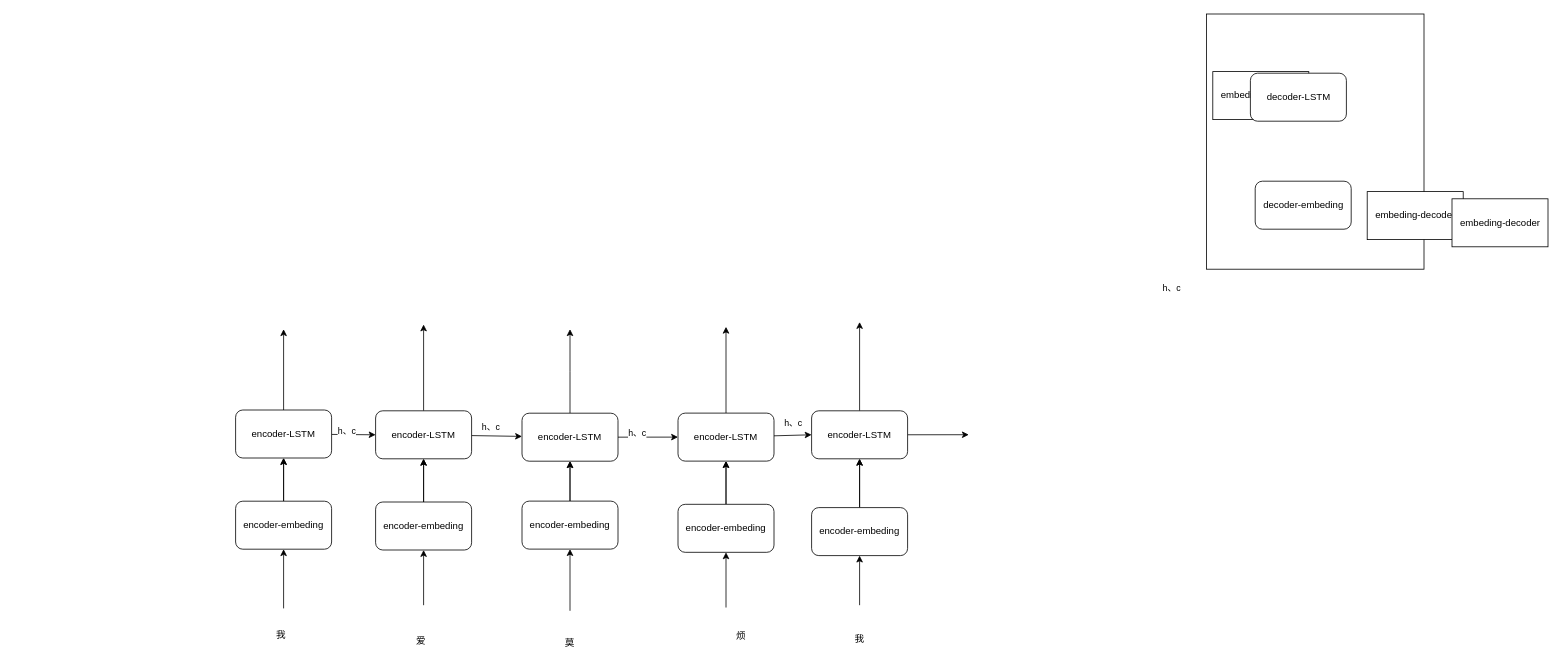
This is 实验室/NPL/seq2seq/seq2seq-莫烦教程-分析.drawio from SixPlusAndTimes/drawio, a draw.io file, before an edit. Source tidied: cells renumbered, new cells numbered last; positions are measured from the earlier drawing's top-left corner, leaving out a move shared by most shapes. Both pictures are drawn from the tidied source at 80%, with x=0, y=0 at pixel (235, 14).
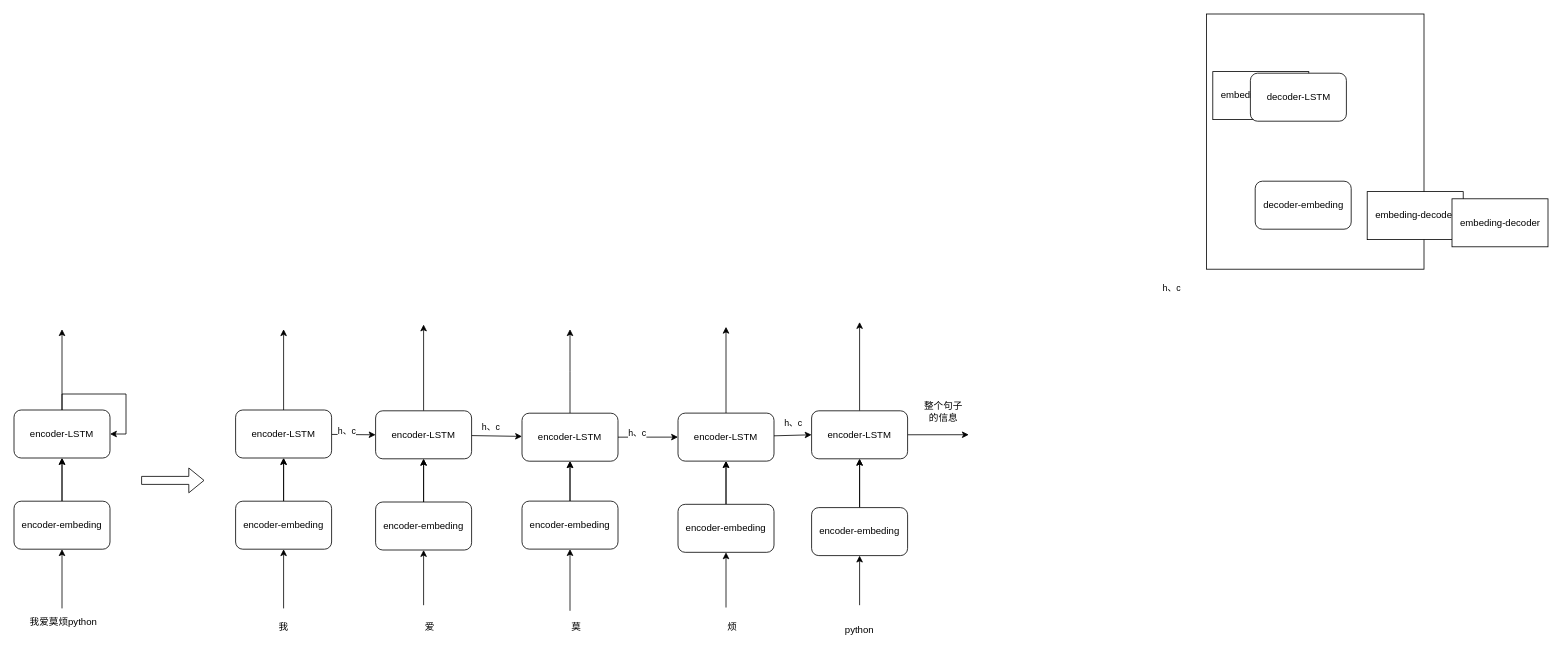
The same page after the edit.

Commit message (it also covers changes not shown here):
Update seq2seq-莫烦教程-分析.drawio

Change to the diagram source:
```diff
@@
     <mxCell id="48" value="我" style="text;html=1;strokeColor=none;fillColor=none;align=center;verticalAlign=middle;whiteSpace=wrap;rounded=0;" parent="1" vertex="1">
-      <mxGeometry x="27" y="761" width="60" height="30" as="geometry" />
+      <mxGeometry x="30" y="751" width="60" height="30" as="geometry" />
     </mxCell>
     <mxCell id="49" value="爱" style="text;html=1;strokeColor=none;fillColor=none;align=center;verticalAlign=middle;whiteSpace=wrap;rounded=0;" parent="1" vertex="1">
-      <mxGeometry x="202" y="769" width="60" height="30" as="geometry" />
+      <mxGeometry x="213" y="751" width="60" height="30" as="geometry" />
     </mxCell>
     <mxCell id="50" value="莫" style="text;html=1;strokeColor=none;fillColor=none;align=center;verticalAlign=middle;whiteSpace=wrap;rounded=0;" parent="1" vertex="1">
-      <mxGeometry x="388" y="771" width="60" height="30" as="geometry" />
+      <mxGeometry x="396" y="751" width="60" height="30" as="geometry" />
     </mxCell>
     <mxCell id="51" value="烦" style="text;html=1;strokeColor=none;fillColor=none;align=center;verticalAlign=middle;whiteSpace=wrap;rounded=0;" parent="1" vertex="1">
-      <mxGeometry x="602" y="763" width="60" height="30" as="geometry" />
+      <mxGeometry x="591" y="751" width="60" height="30" as="geometry" />
     </mxCell>
-    <mxCell id="52" value="我" style="text;html=1;strokeColor=none;fillColor=none;align=center;verticalAlign=middle;whiteSpace=wrap;rounded=0;" parent="1" vertex="1">
-      <mxGeometry x="750" y="766" width="60" height="30" as="geometry" />
+    <mxCell id="52" value="python" style="text;html=1;strokeColor=none;fillColor=none;align=center;verticalAlign=middle;whiteSpace=wrap;rounded=0;" parent="1" vertex="1">
+      <mxGeometry x="750" y="755" width="60" height="30" as="geometry" />
     </mxCell>
+    <mxCell id="53" style="edgeStyle=none;rounded=0;orthogonalLoop=1;jettySize=auto;html=1;exitX=0.5;exitY=1;exitDx=0;exitDy=0;" parent="1" edge="1" source="51" target="51">
+      <mxGeometry relative="1" as="geometry" />
+    </mxCell>
+    <mxCell id="54" value="整个句子的信息" style="text;html=1;strokeColor=none;fillColor=none;align=center;verticalAlign=middle;whiteSpace=wrap;rounded=0;" parent="1" vertex="1">
+      <mxGeometry x="855" y="482" width="60" height="30" as="geometry" />
+    </mxCell>
+    <mxCell id="55" style="edgeStyle=orthogonalEdgeStyle;rounded=0;jettySize=auto;html=1;exitX=0.5;exitY=0;exitDx=0;exitDy=0;" parent="1" edge="1" source="57" target="60">
+      <mxGeometry relative="1" as="geometry" />
+    </mxCell>
+    <mxCell id="56" style="edgeStyle=orthogonalEdgeStyle;rounded=0;jettySize=auto;html=1;" parent="1" edge="1" source="57" target="60">
+      <mxGeometry relative="1" as="geometry" />
+    </mxCell>
+    <mxCell id="57" value="encoder-embeding" style="rounded=1;whiteSpace=wrap;html=1;" parent="1" vertex="1">
+      <mxGeometry x="-277" y="609" width="120" height="60" as="geometry" />
+    </mxCell>
+    <mxCell id="58" style="edgeStyle=orthogonalEdgeStyle;rounded=0;jettySize=auto;html=1;exitX=0.5;exitY=0;exitDx=0;exitDy=0;" parent="1" edge="1" source="60">
+      <mxGeometry relative="1" as="geometry">
+        <mxPoint x="-217" y="394" as="targetPoint" />
+      </mxGeometry>
+    </mxCell>
+    <mxCell id="59" style="edgeStyle=orthogonalEdgeStyle;rounded=0;orthogonalLoop=1;jettySize=auto;html=1;exitX=0.5;exitY=0;exitDx=0;exitDy=0;entryX=1;entryY=0.5;entryDx=0;entryDy=0;" parent="1" edge="1" source="60" target="60">
+      <mxGeometry relative="1" as="geometry" />
+    </mxCell>
+    <mxCell id="60" value="encoder-LSTM" style="rounded=1;whiteSpace=wrap;html=1;" parent="1" vertex="1">
+      <mxGeometry x="-277" y="495" width="120" height="60" as="geometry" />
+    </mxCell>
+    <mxCell id="61" style="endArrow=classic;html=1;rounded=0;entryX=0.5;entryY=1;entryDx=0;entryDy=0;" parent="1" edge="1" target="57">
+      <mxGeometry relative="1" as="geometry">
+        <mxPoint x="-217" y="743" as="sourcePoint" />
+      </mxGeometry>
+    </mxCell>
+    <mxCell id="62" value="我爱莫烦python" style="text;html=1;strokeColor=none;fillColor=none;align=center;verticalAlign=middle;whiteSpace=wrap;rounded=0;" parent="1" vertex="1">
+      <mxGeometry x="-264" y="746" width="98" height="27" as="geometry" />
+    </mxCell>
+    <mxCell id="63" style="shape=flexArrow;endArrow=classic;html=1;rounded=0;" parent="1" edge="1">
+      <mxGeometry relative="1" as="geometry">
+        <mxPoint x="-118" y="583" as="sourcePoint" />
+        <mxPoint x="-39" y="583" as="targetPoint" />
+      </mxGeometry>
+    </mxCell>
```
